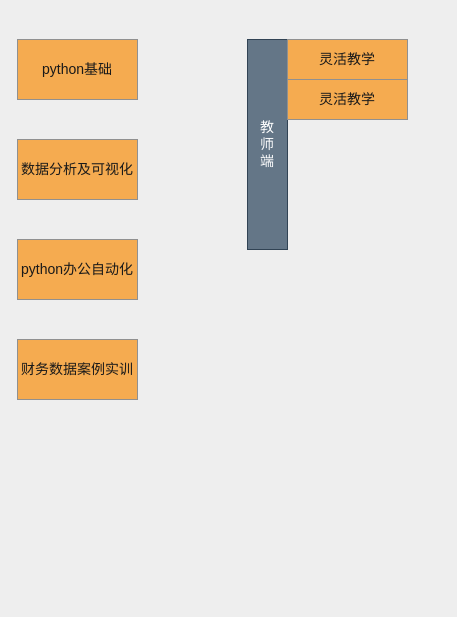
This is 未命名绘图.drawio from oldKing997/diagramsRepository, a draw.io file, before an edit. Source tidied: cells renumbered, new cells numbered last; positions are measured from the earlier drawing's top-left corner, leaving out a move shared by most shapes. Both pictures are drawn from the tidied source at 100%, with x=0, y=0 at pixel (17, 39).
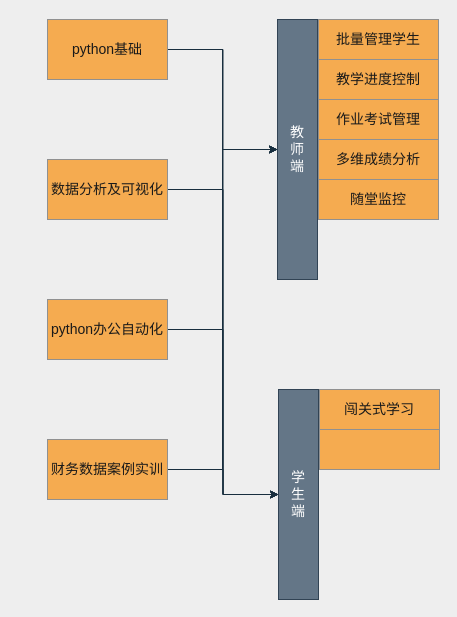
Above is the later version.

Commit message:
更新未命名绘图.drawio

The edit, as a diff of the source:
```diff
@@
+    <mxCell id="9" style="edgeStyle=orthogonalEdgeStyle;rounded=0;sketch=0;jettySize=auto;html=1;entryX=0;entryY=0.5;entryDx=0;entryDy=0;fontSize=14;fontColor=#1A1A1A;strokeColor=#182E3E;" parent="1" edge="1" source="2" target="6">
+      <mxGeometry relative="1" as="geometry" />
+    </mxCell>
+    <mxCell id="10" style="edgeStyle=orthogonalEdgeStyle;rounded=0;sketch=0;jettySize=auto;html=1;entryX=0;entryY=0.5;entryDx=0;entryDy=0;fontSize=14;fontColor=#1A1A1A;strokeColor=#182E3E;" parent="1" edge="1" source="2" target="17">
+      <mxGeometry relative="1" as="geometry" />
+    </mxCell>
     <mxCell id="2" value="python基础" style="rounded=0;whiteSpace=wrap;html=1;fillColor=#F5AB50;strokeColor=#909090;fontColor=#1A1A1A;fontSize=14;" parent="1" vertex="1">
-      <mxGeometry width="120" height="60" as="geometry" />
+      <mxGeometry x="30" y="-20" width="120" height="60" as="geometry" />
     </mxCell>
+    <mxCell id="11" style="edgeStyle=orthogonalEdgeStyle;rounded=0;sketch=0;jettySize=auto;html=1;fontSize=14;fontColor=#1A1A1A;strokeColor=#182E3E;" parent="1" edge="1" source="3" target="6">
+      <mxGeometry relative="1" as="geometry" />
+    </mxCell>
+    <mxCell id="12" style="edgeStyle=orthogonalEdgeStyle;rounded=0;sketch=0;jettySize=auto;html=1;entryX=0;entryY=0.5;entryDx=0;entryDy=0;fontSize=14;fontColor=#1A1A1A;strokeColor=#182E3E;" parent="1" edge="1" source="3" target="17">
+      <mxGeometry relative="1" as="geometry" />
+    </mxCell>
     <mxCell id="3" value="数据分析及可视化" style="rounded=0;whiteSpace=wrap;html=1;sketch=0;fontColor=#1A1A1A;strokeColor=#909090;fillColor=#F5AB50;fontSize=14;" parent="1" vertex="1">
-      <mxGeometry y="100" width="120" height="60" as="geometry" />
+      <mxGeometry x="30" y="120" width="120" height="60" as="geometry" />
     </mxCell>
+    <mxCell id="13" style="edgeStyle=orthogonalEdgeStyle;rounded=0;sketch=0;jettySize=auto;html=1;fontSize=14;fontColor=#1A1A1A;strokeColor=#182E3E;entryX=0;entryY=0.5;entryDx=0;entryDy=0;" parent="1" edge="1" source="4" target="17">
+      <mxGeometry relative="1" as="geometry" />
+    </mxCell>
     <mxCell id="4" value="python办公自动化" style="rounded=0;whiteSpace=wrap;html=1;sketch=0;fontColor=#1A1A1A;strokeColor=#909090;fillColor=#F5AB50;fontSize=14;" parent="1" vertex="1">
-      <mxGeometry y="200" width="120" height="60" as="geometry" />
+      <mxGeometry x="30" y="260" width="120" height="60" as="geometry" />
     </mxCell>
+    <mxCell id="14" style="edgeStyle=orthogonalEdgeStyle;rounded=0;sketch=0;jettySize=auto;html=1;fontSize=14;fontColor=#1A1A1A;strokeColor=#182E3E;" parent="1" edge="1" source="5" target="17">
+      <mxGeometry relative="1" as="geometry" />
+    </mxCell>
+    <mxCell id="15" style="edgeStyle=orthogonalEdgeStyle;rounded=0;sketch=0;jettySize=auto;html=1;entryX=0;entryY=0.5;entryDx=0;entryDy=0;fontSize=14;fontColor=#1A1A1A;strokeColor=#182E3E;" parent="1" edge="1" source="5" target="6">
+      <mxGeometry relative="1" as="geometry" />
+    </mxCell>
+    <mxCell id="16" style="edgeStyle=orthogonalEdgeStyle;rounded=0;sketch=0;jettySize=auto;html=1;entryX=0;entryY=0.5;entryDx=0;entryDy=0;fontSize=14;fontColor=#1A1A1A;strokeColor=#182E3E;" parent="1" edge="1" source="5" target="6">
+      <mxGeometry relative="1" as="geometry" />
+    </mxCell>
     <mxCell id="5" value="财务数据案例实训" style="rounded=0;whiteSpace=wrap;html=1;sketch=0;fontColor=#1A1A1A;strokeColor=#909090;fillColor=#F5AB50;fontSize=14;" parent="1" vertex="1">
-      <mxGeometry y="300" width="120" height="60" as="geometry" />
+      <mxGeometry x="30" y="400" width="120" height="60" as="geometry" />
     </mxCell>
     <mxCell id="6" value="教&lt;br style=&quot;font-size: 14px;&quot;&gt;师&lt;br style=&quot;font-size: 14px;&quot;&gt;端" style="rounded=0;whiteSpace=wrap;html=1;sketch=0;align=center;verticalAlign=middle;fillColor=#647687;strokeColor=#314354;fontSize=14;fontColor=#ffffff;" parent="1" vertex="1">
-      <mxGeometry x="230" width="40" height="210" as="geometry" />
+      <mxGeometry x="260" y="-20" width="40" height="260" as="geometry" />
     </mxCell>
-    <mxCell id="7" value="灵活教学" style="rounded=0;whiteSpace=wrap;html=1;sketch=0;fontSize=14;fontColor=#1A1A1A;strokeColor=#909090;fillColor=#F5AB50;align=center;verticalAlign=middle;" parent="1" vertex="1">
-      <mxGeometry x="270" width="120" height="40" as="geometry" />
+    <mxCell id="7" value="&lt;p class=&quot;MsoBodyText&quot;&gt;批量管理学生&lt;span lang=&quot;EN-US&quot;&gt;&lt;/span&gt;&lt;/p&gt;" style="rounded=0;whiteSpace=wrap;html=1;sketch=0;fontSize=14;fontColor=#1A1A1A;strokeColor=#909090;fillColor=#F5AB50;align=center;verticalAlign=middle;" parent="1" vertex="1">
+      <mxGeometry x="301" y="-20" width="120" height="40" as="geometry" />
     </mxCell>
-    <mxCell id="8" value="灵活教学" style="rounded=0;whiteSpace=wrap;html=1;sketch=0;fontSize=14;fontColor=#1A1A1A;strokeColor=#909090;fillColor=#F5AB50;align=center;verticalAlign=middle;" parent="1" vertex="1">
-      <mxGeometry x="270" y="40" width="120" height="40" as="geometry" />
+    <mxCell id="8" value="&lt;p class=&quot;MsoBodyText&quot;&gt;教学进度控制&lt;span lang=&quot;EN-US&quot;&gt;&lt;/span&gt;&lt;/p&gt;" style="rounded=0;whiteSpace=wrap;html=1;sketch=0;fontSize=14;fontColor=#1A1A1A;strokeColor=#909090;fillColor=#F5AB50;align=center;verticalAlign=middle;" parent="1" vertex="1">
+      <mxGeometry x="301" y="20" width="120" height="40" as="geometry" />
     </mxCell>
+    <mxCell id="17" value="学&lt;br&gt;生&lt;br&gt;端" style="rounded=0;whiteSpace=wrap;html=1;sketch=0;align=center;verticalAlign=middle;fillColor=#647687;strokeColor=#314354;fontSize=14;fontColor=#ffffff;" parent="1" vertex="1">
+      <mxGeometry x="261" y="350" width="40" height="210" as="geometry" />
+    </mxCell>
+    <mxCell id="18" value="闯关式学习" style="rounded=0;whiteSpace=wrap;html=1;sketch=0;fontSize=14;fontColor=#1A1A1A;strokeColor=#909090;fillColor=#F5AB50;align=center;verticalAlign=middle;" parent="1" vertex="1">
+      <mxGeometry x="302" y="350" width="120" height="40" as="geometry" />
+    </mxCell>
+    <mxCell id="19" style="rounded=0;whiteSpace=wrap;html=1;sketch=0;fontSize=14;fontColor=#1A1A1A;strokeColor=#909090;fillColor=#F5AB50;align=center;verticalAlign=middle;" parent="1" vertex="1">
+      <mxGeometry x="302" y="390" width="120" height="40" as="geometry" />
+    </mxCell>
+    <mxCell id="20" value="&lt;p class=&quot;MsoBodyText&quot;&gt;作业考试管理&lt;span lang=&quot;EN-US&quot;&gt;&lt;/span&gt;&lt;/p&gt;" style="rounded=0;whiteSpace=wrap;html=1;sketch=0;fontSize=14;fontColor=#1A1A1A;strokeColor=#909090;fillColor=#F5AB50;align=center;verticalAlign=middle;" parent="1" vertex="1">
+      <mxGeometry x="301" y="60" width="120" height="40" as="geometry" />
+    </mxCell>
+    <mxCell id="21" value="多维成绩分析" style="rounded=0;whiteSpace=wrap;html=1;sketch=0;fontSize=14;fontColor=#1A1A1A;strokeColor=#909090;fillColor=#F5AB50;align=center;verticalAlign=middle;" parent="1" vertex="1">
+      <mxGeometry x="301" y="100" width="120" height="40" as="geometry" />
+    </mxCell>
+    <mxCell id="22" value="&lt;p class=&quot;MsoBodyText&quot;&gt;随堂监控&lt;span lang=&quot;EN-US&quot;&gt;&lt;/span&gt;&lt;/p&gt;" style="rounded=0;whiteSpace=wrap;html=1;sketch=0;fontSize=14;fontColor=#1A1A1A;strokeColor=#909090;fillColor=#F5AB50;align=center;verticalAlign=middle;" parent="1" vertex="1">
+      <mxGeometry x="301" y="140" width="120" height="40" as="geometry" />
+    </mxCell>
```
